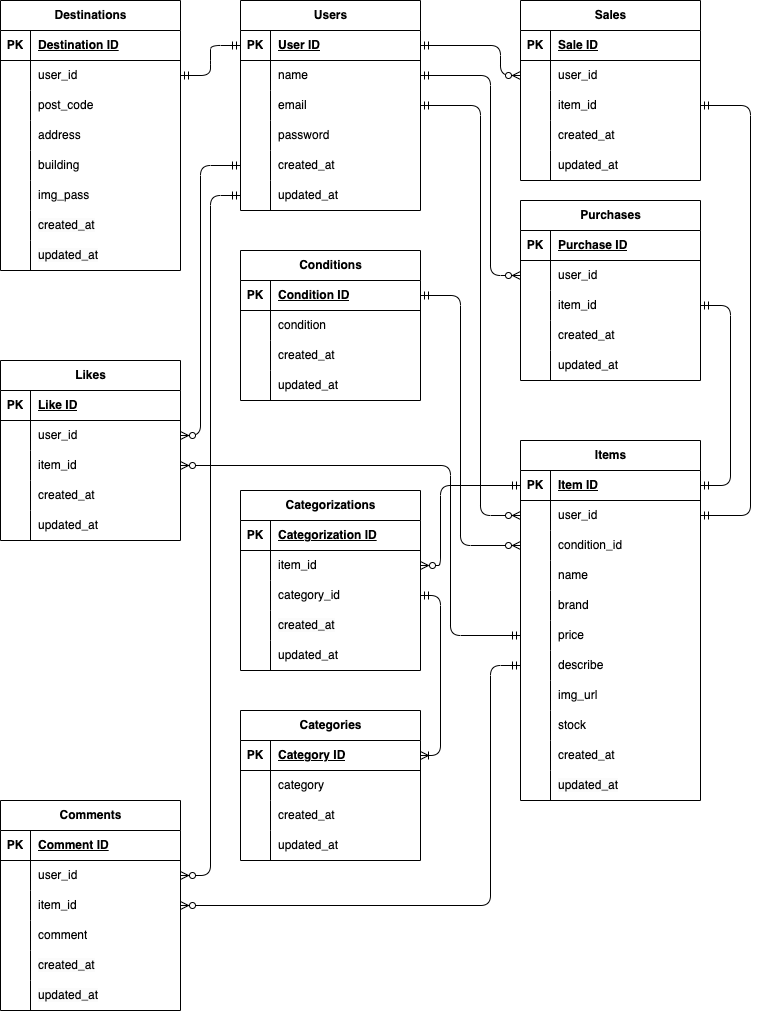
Above: src/EntityRelationshipDiagram.drawio.png in StrawberryFairyPrincess/flea-market_mock (draw.io), before the change. Source tidied: cells renumbered, new cells last; positions are measured from the earlier drawing's top-left corner, leaving out a move shared by most shapes.
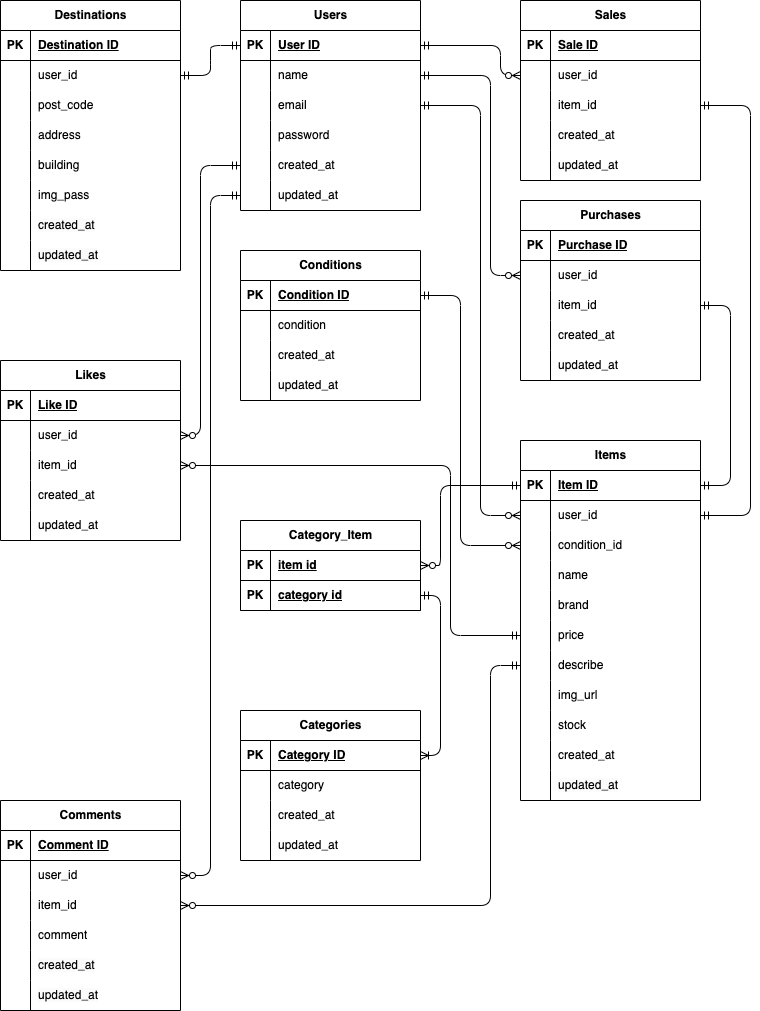
The same file after the commit.

Change to the diagram source:
```diff
@@ -323,8 +323,8 @@
     <mxCell id="108" value="&lt;span style=&quot;color: rgb(0, 0, 0);&quot;&gt;updated_at&lt;/span&gt;" style="shape=partialRectangle;fillColor=none;top=0;left=0;bottom=0;right=0;align=left;spacingLeft=6;overflow=hidden;whiteSpace=wrap;html=1;" parent="106" vertex="1">
       <mxGeometry x="30" width="150" height="30" as="geometry" />
     </mxCell>
-    <mxCell id="109" value="Categorizations" style="shape=table;startSize=30;rowLines=0;fontStyle=1;align=center;html=1;" parent="1" vertex="1">
-      <mxGeometry x="240" y="490" width="180" height="180" as="geometry" />
+    <mxCell id="109" value="Category_Item" style="shape=table;startSize=30;rowLines=0;fontStyle=1;align=center;html=1;" parent="1" vertex="1">
+      <mxGeometry x="240" y="520" width="180" height="90" as="geometry" />
     </mxCell>
     <mxCell id="110" style="shape=tableRow;horizontal=0;startSize=0;swimlaneHead=0;swimlaneBody=0;fillColor=none;points=[[0,0.5],[1,0.5]];portConstraint=eastwest;top=0;left=0;right=0;bottom=1;" parent="109" vertex="1">
       <mxGeometry y="30" width="180" height="30" as="geometry" />
@@ -332,45 +332,18 @@
     <mxCell id="111" value="PK" style="shape=partialRectangle;fillColor=none;top=0;left=0;bottom=0;right=0;fontStyle=1;overflow=hidden;whiteSpace=wrap;html=1;" parent="110" vertex="1">
       <mxGeometry width="30" height="30" as="geometry" />
     </mxCell>
-    <mxCell id="112" value="Categorization ID" style="shape=partialRectangle;fillColor=none;top=0;left=0;bottom=0;right=0;align=left;spacingLeft=6;fontStyle=5;overflow=hidden;whiteSpace=wrap;html=1;" parent="110" vertex="1">
+    <mxCell id="112" value="item id" style="shape=partialRectangle;fillColor=none;top=0;left=0;bottom=0;right=0;align=left;spacingLeft=6;fontStyle=5;overflow=hidden;whiteSpace=wrap;html=1;" parent="110" vertex="1">
       <mxGeometry x="30" width="150" height="30" as="geometry" />
     </mxCell>
-    <mxCell id="113" style="shape=tableRow;horizontal=0;startSize=0;swimlaneHead=0;swimlaneBody=0;fillColor=none;points=[[0,0.5],[1,0.5]];portConstraint=eastwest;top=0;left=0;right=0;bottom=0;" parent="109" vertex="1">
-      <mxGeometry y="60" width="180" height="30" as="geometry" />
-    </mxCell>
-    <mxCell id="114" style="shape=partialRectangle;fillColor=none;top=0;left=0;bottom=0;right=0;overflow=hidden;whiteSpace=wrap;html=1;" parent="113" vertex="1">
-      <mxGeometry width="30" height="30" as="geometry" />
-    </mxCell>
-    <mxCell id="115" value="item_id" style="shape=partialRectangle;fillColor=none;top=0;left=0;bottom=0;right=0;align=left;spacingLeft=6;overflow=hidden;whiteSpace=wrap;html=1;" parent="113" vertex="1">
-      <mxGeometry x="30" width="150" height="30" as="geometry" />
-    </mxCell>
-    <mxCell id="116" style="shape=tableRow;horizontal=0;startSize=0;swimlaneHead=0;swimlaneBody=0;fillColor=none;points=[[0,0.5],[1,0.5]];portConstraint=eastwest;top=0;left=0;right=0;bottom=0;" parent="109" vertex="1">
-      <mxGeometry y="90" width="180" height="30" as="geometry" />
-    </mxCell>
-    <mxCell id="117" style="shape=partialRectangle;fillColor=none;top=0;left=0;bottom=0;right=0;overflow=hidden;whiteSpace=wrap;html=1;" parent="116" vertex="1">
-      <mxGeometry width="30" height="30" as="geometry" />
-    </mxCell>
-    <mxCell id="118" value="category_id" style="shape=partialRectangle;fillColor=none;top=0;left=0;bottom=0;right=0;align=left;spacingLeft=6;overflow=hidden;whiteSpace=wrap;html=1;" parent="116" vertex="1">
-      <mxGeometry x="30" width="150" height="30" as="geometry" />
-    </mxCell>
-    <mxCell id="119" style="shape=tableRow;horizontal=0;startSize=0;swimlaneHead=0;swimlaneBody=0;fillColor=none;top=0;left=0;right=0;bottom=0;" parent="109" vertex="1">
-      <mxGeometry y="120" width="180" height="30" as="geometry" />
-    </mxCell>
-    <mxCell id="120" style="shape=partialRectangle;fillColor=none;top=0;left=0;bottom=0;right=0;overflow=hidden;whiteSpace=wrap;html=1;" parent="119" vertex="1">
-      <mxGeometry width="30" height="30" as="geometry" />
-    </mxCell>
-    <mxCell id="121" value="&lt;meta charset=&quot;utf-8&quot;&gt;&lt;span style=&quot;color: rgb(0, 0, 0); font-family: Helvetica; font-size: 12px; font-style: normal; font-variant-ligatures: normal; font-variant-caps: normal; font-weight: 400; letter-spacing: normal; orphans: 2; text-align: left; text-indent: 0px; text-transform: none; widows: 2; word-spacing: 0px; -webkit-text-stroke-width: 0px; white-space: normal; background-color: rgb(251, 251, 251); text-decoration-thickness: initial; text-decoration-style: initial; text-decoration-color: initial; display: inline !important; float: none;&quot;&gt;created_at&lt;/span&gt;" style="shape=partialRectangle;fillColor=none;top=0;left=0;bottom=0;right=0;align=left;spacingLeft=6;overflow=hidden;whiteSpace=wrap;html=1;" parent="119" vertex="1">
-      <mxGeometry x="30" width="150" height="30" as="geometry" />
-    </mxCell>
-    <mxCell id="122" style="shape=tableRow;horizontal=0;startSize=0;swimlaneHead=0;swimlaneBody=0;fillColor=none;top=0;left=0;right=0;bottom=0;" parent="109" vertex="1">
-      <mxGeometry y="150" width="180" height="30" as="geometry" />
-    </mxCell>
-    <mxCell id="123" style="shape=partialRectangle;fillColor=none;top=0;left=0;bottom=0;right=0;overflow=hidden;whiteSpace=wrap;html=1;" parent="122" vertex="1">
-      <mxGeometry width="30" height="30" as="geometry" />
-    </mxCell>
-    <mxCell id="124" value="&lt;span style=&quot;color: rgb(0, 0, 0);&quot;&gt;updated_at&lt;/span&gt;" style="shape=partialRectangle;fillColor=none;top=0;left=0;bottom=0;right=0;align=left;spacingLeft=6;overflow=hidden;whiteSpace=wrap;html=1;" parent="122" vertex="1">
-      <mxGeometry x="30" width="150" height="30" as="geometry" />
-    </mxCell>
+    <mxCell id="202" style="shape=tableRow;horizontal=0;startSize=0;swimlaneHead=0;swimlaneBody=0;fillColor=none;points=[[0,0.5],[1,0.5]];portConstraint=eastwest;top=0;left=0;right=0;bottom=1;" parent="109" vertex="1">
+      <mxGeometry y="60" width="180" height="30" as="geometry" />
+    </mxCell>
+    <mxCell id="203" value="PK" style="shape=partialRectangle;fillColor=none;top=0;left=0;bottom=0;right=0;fontStyle=1;overflow=hidden;whiteSpace=wrap;html=1;" parent="202" vertex="1">
+      <mxGeometry width="30" height="30" as="geometry" />
+    </mxCell>
+    <mxCell id="204" value="category id" style="shape=partialRectangle;fillColor=none;top=0;left=0;bottom=0;right=0;align=left;spacingLeft=6;fontStyle=5;overflow=hidden;whiteSpace=wrap;html=1;" parent="202" vertex="1">
+      <mxGeometry x="30" width="150" height="30" as="geometry" />
+    </mxCell>
     <mxCell id="125" value="Purchases" style="shape=table;startSize=30;rowLines=0;fontStyle=1;align=center;html=1;" parent="1" vertex="1">
       <mxGeometry x="520" y="200" width="180" height="180" as="geometry" />
     </mxCell>
@@ -504,7 +477,7 @@
         </Array>
       </mxGeometry>
     </mxCell>
-    <mxCell id="164" style="edgeStyle=elbowEdgeStyle;fontSize=12;html=1;endArrow=ERzeroToMany;startArrow=ERmandOne;entryX=1;entryY=0.5;entryDx=0;entryDy=0;exitX=0;exitY=0.5;exitDx=0;exitDy=0;endFill=0;" parent="1" edge="1" source="3" target="113">
+    <mxCell id="164" style="edgeStyle=elbowEdgeStyle;fontSize=12;html=1;endArrow=ERzeroToMany;startArrow=ERmandOne;entryX=1;entryY=0.5;entryDx=0;entryDy=0;exitX=0;exitY=0.5;exitDx=0;exitDy=0;endFill=0;" parent="1" edge="1" source="3" target="110">
       <mxGeometry relative="1" as="geometry">
         <Array as="points">
           <mxPoint x="440" y="550" />
@@ -643,7 +616,7 @@
     <mxCell id="200" value="&lt;span style=&quot;color: rgb(0, 0, 0);&quot;&gt;updated_at&lt;/span&gt;" style="shape=partialRectangle;fillColor=none;top=0;left=0;bottom=0;right=0;align=left;spacingLeft=6;overflow=hidden;whiteSpace=wrap;html=1;" parent="198" vertex="1">
       <mxGeometry x="30" width="150" height="30" as="geometry" />
     </mxCell>
-    <mxCell id="201" style="edgeStyle=elbowEdgeStyle;fontSize=12;html=1;endArrow=ERoneToMany;startArrow=ERmandOne;exitX=1;exitY=0.5;exitDx=0;exitDy=0;entryX=1;entryY=0.5;entryDx=0;entryDy=0;" parent="1" edge="1" source="116" target="189">
+    <mxCell id="201" style="edgeStyle=elbowEdgeStyle;fontSize=12;html=1;endArrow=ERoneToMany;startArrow=ERmandOne;exitX=1;exitY=0.5;exitDx=0;exitDy=0;entryX=1;entryY=0.5;entryDx=0;entryDy=0;" parent="1" edge="1" source="202" target="189">
       <mxGeometry relative="1" as="geometry">
         <Array as="points">
           <mxPoint x="440" y="675" />
```
